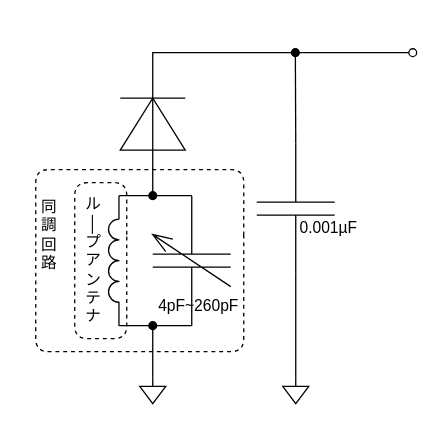
Earlier version of the draw.io diagram page "radio" (1 of 4) of python/fig.drawio (m20079/AM-radio). Source tidied: cells renumbered, new cells numbered last; positions are measured from the earlier drawing's top-left corner, leaving out a move shared by most shapes. Both pictures are drawn from the tidied source at 130%, with x=0, y=0 at pixel (22, 52).
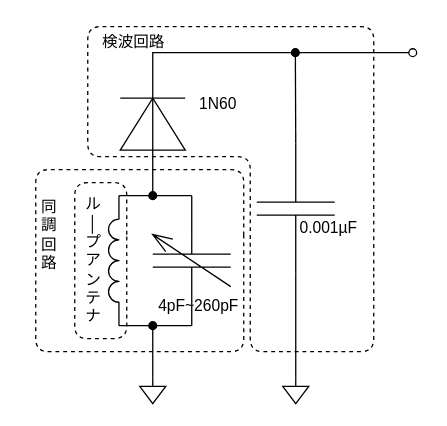
After the change.

Change to the diagram source:
```diff
@@
+    <mxCell id="21" value="1N60" style="text;html=1;align=center;verticalAlign=middle;strokeColor=none;fillColor=none;" parent="1" vertex="1">
+      <mxGeometry x="125" y="25" width="50" height="30" as="geometry" />
+    </mxCell>
+    <mxCell id="22" style="endArrow=none;dashed=1;html=1;" parent="1" edge="1">
+      <mxGeometry relative="1" as="geometry">
+        <mxPoint x="270" y="170" as="sourcePoint" />
+        <mxPoint x="270" y="170" as="targetPoint" />
+        <Array as="points">
+          <mxPoint x="270" y="230" />
+          <mxPoint x="175" y="230" />
+          <mxPoint x="175" y="80" />
+          <mxPoint x="50" y="80" />
+          <mxPoint x="50" y="-20" />
+          <mxPoint x="270" y="-20" />
+          <mxPoint x="270" y="100" />
+        </Array>
+      </mxGeometry>
+    </mxCell>
+    <mxCell id="23" value="検波回路" style="text;html=1;align=center;verticalAlign=middle;strokeColor=none;fillColor=none;" parent="1" vertex="1">
+      <mxGeometry x="50" y="-23" width="70" height="30" as="geometry" />
+    </mxCell>
```
